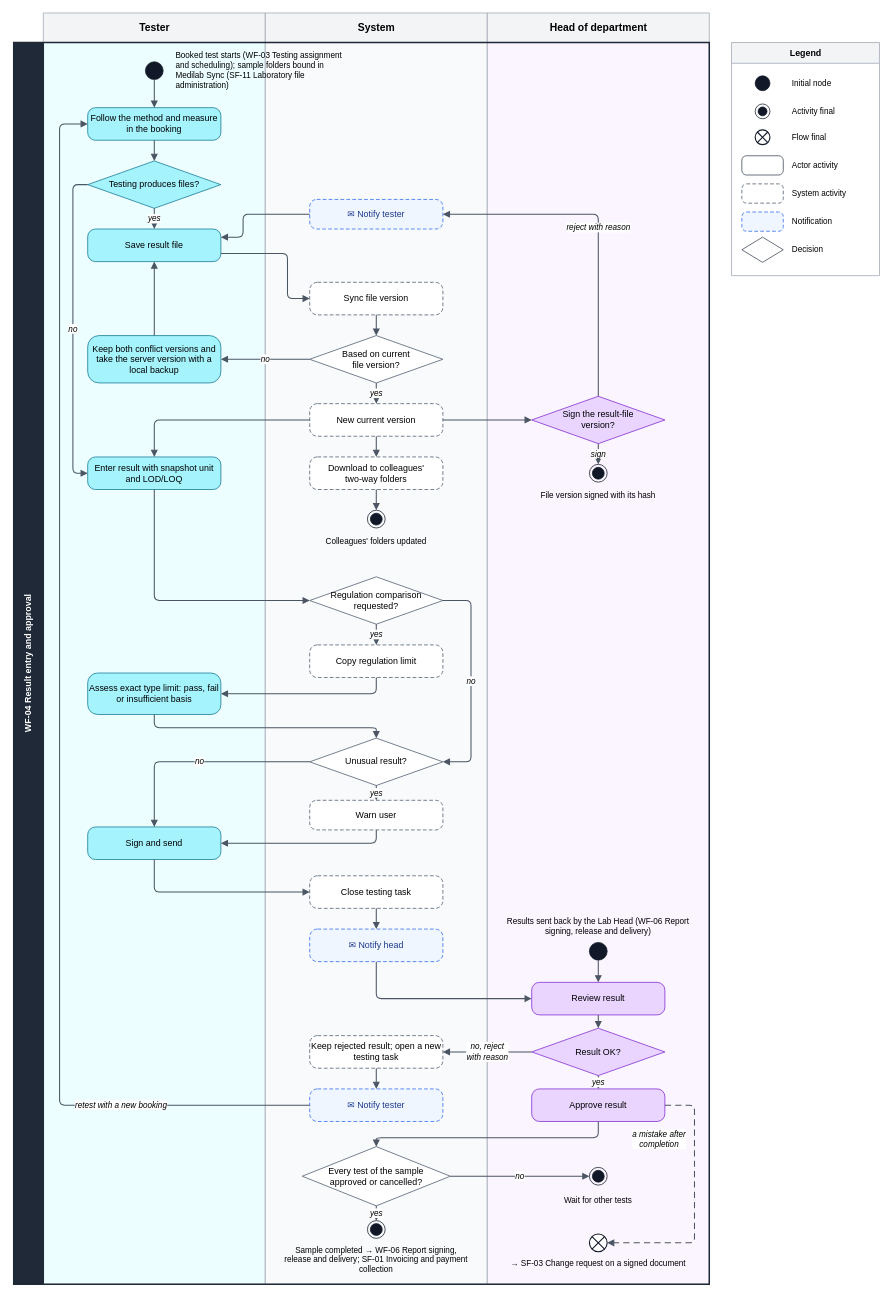
Before: page "WF-04 Workflow" (1 of 2) of docs/reports/activity-diagram/flows-work-of-tuyen/[Flow] WF-04 Result entry and approval.drawio in SoltuneMontepre/medilab, a draw.io diagram. Source tidied: cells renumbered, new cells numbered last; positions are measured from the earlier drawing's top-left corner, leaving out a move shared by most shapes. Both pictures are drawn from the tidied source at 74%, with x=0, y=0 at pixel (13, 13).
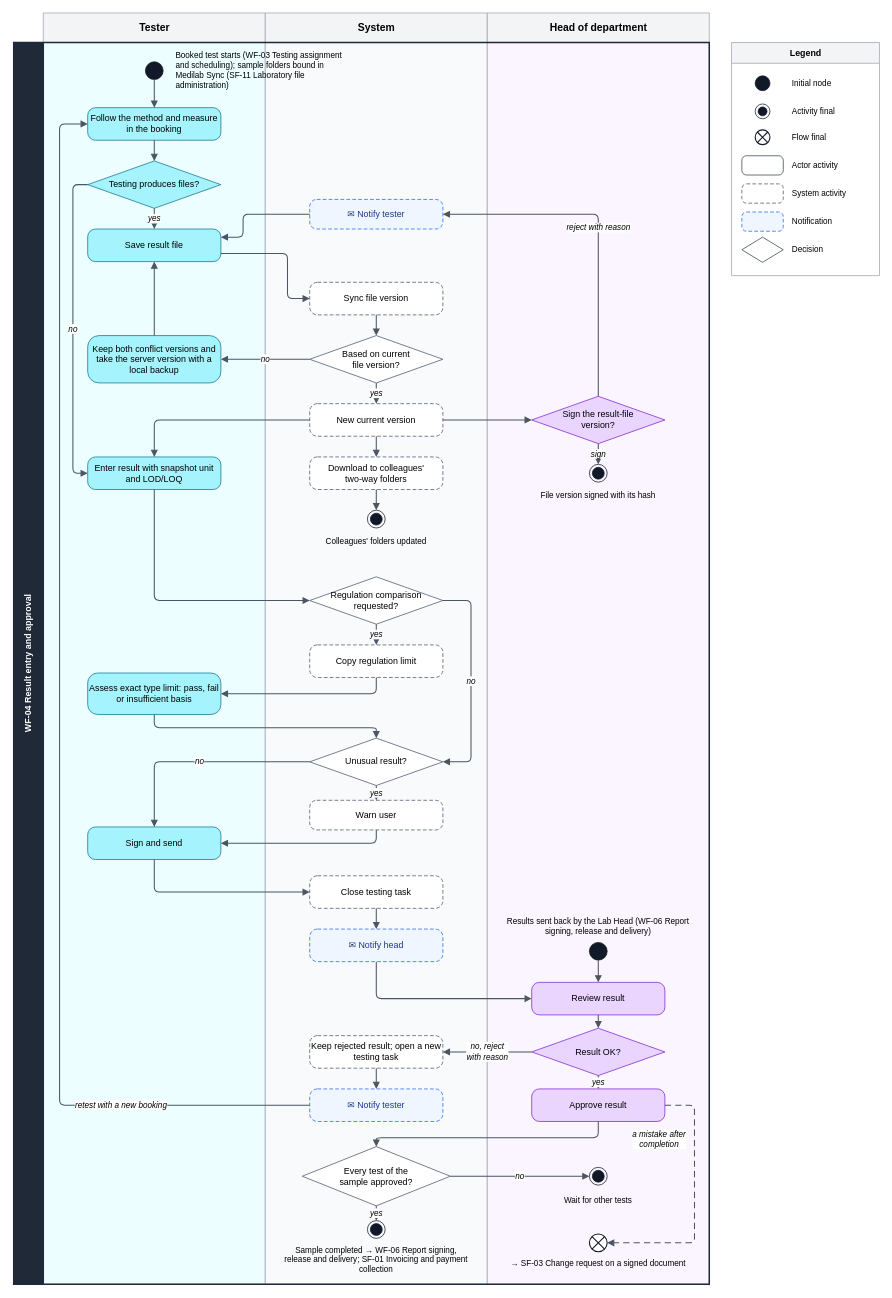
The same diagram, later.

The edit, as a diff of the source:
```diff
@@
-    <mxCell id="33" value="Every test of the sample&lt;br&gt;approved or cancelled?" style="rhombus;whiteSpace=wrap;html=1;fontSize=12;fillColor=#FFFFFF;strokeColor=#475569;" parent="1" vertex="1">
+    <mxCell id="33" value="Every test of the&lt;br&gt;sample approved?" style="rhombus;whiteSpace=wrap;html=1;fontSize=12;fillColor=#FFFFFF;strokeColor=#475569;" parent="1" vertex="1">
       <mxGeometry x="390" y="1532" width="200" height="80" as="geometry" />
     </mxCell>
```
